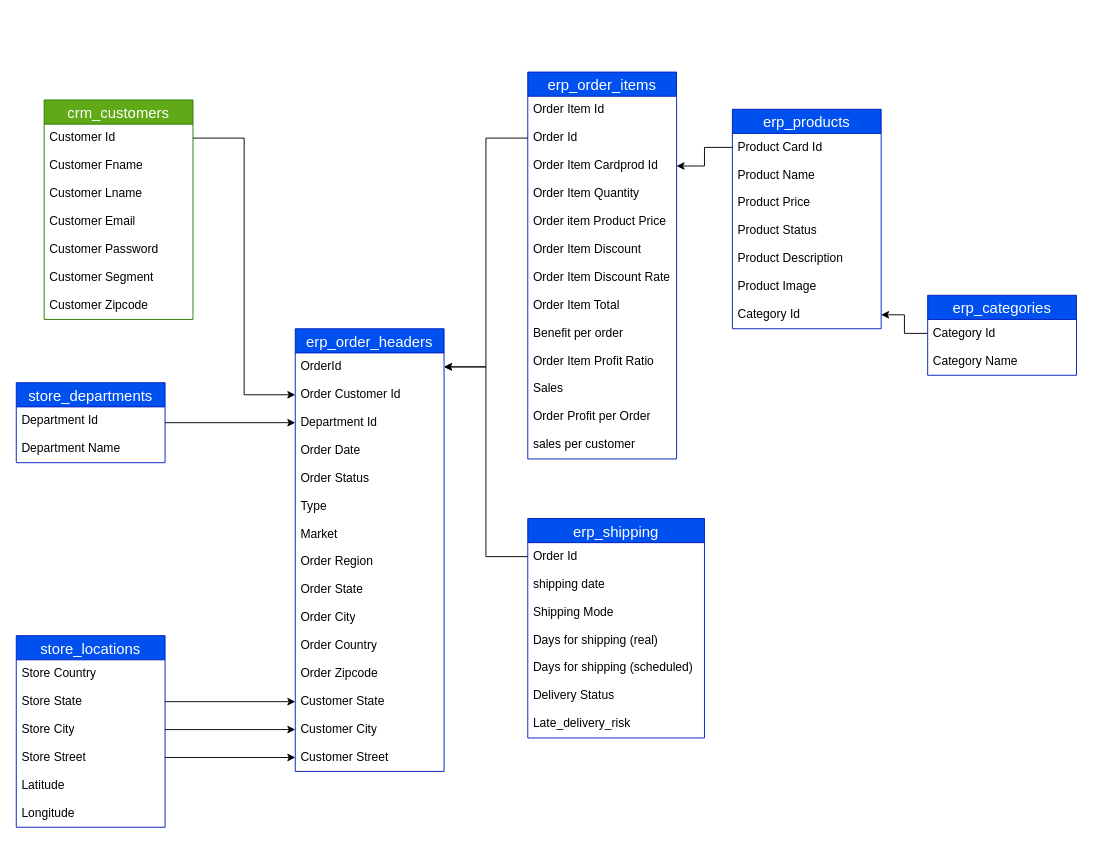
The draw.io diagram datasets/Sources Integration.drawio in MohammadGhanaym/Sales-Logistics-Analytics-DWH, before the edit. Source tidied: cells renumbered, new cells numbered last; positions are measured from the earlier drawing's top-left corner, leaving out a move shared by most shapes. Both pictures are drawn from the tidied source at 93%, with x=0, y=0 at pixel (16, 72).
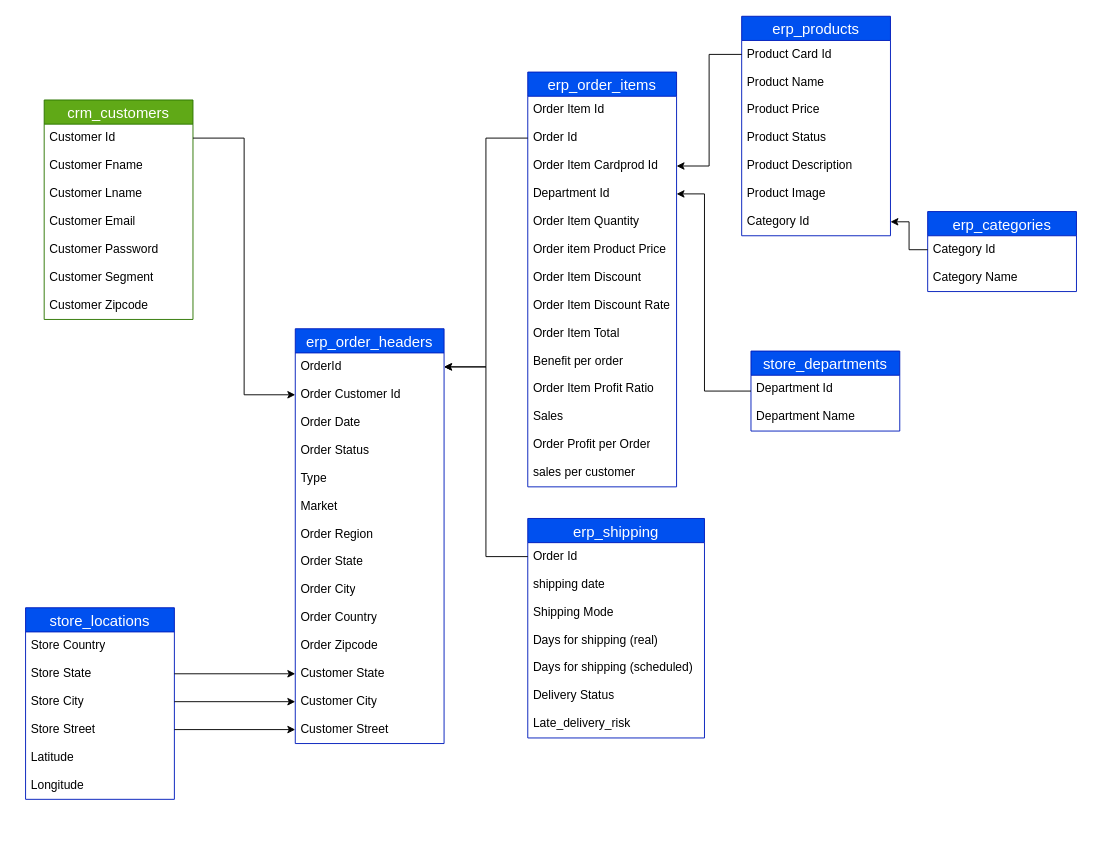
Above is the later version.

The edit, as a diff of the source:
```diff
@@
     <mxCell id="10" value="store_locations" style="swimlane;fontStyle=0;horizontal=1;startSize=26;align=center;fontSize=16;fillColor=#0050ef;fontColor=#ffffff;strokeColor=#001DBC;" parent="1" vertex="1">
-      <mxGeometry y="606" width="160" height="206" as="geometry" />
+      <mxGeometry x="10" y="576" width="160" height="206" as="geometry" />
     </mxCell>
@@
     <mxCell id="17" value="erp_products" style="swimlane;fontStyle=0;horizontal=1;startSize=26;align=center;fontSize=16;fillColor=#0050ef;fontColor=#ffffff;strokeColor=#001DBC;" parent="1" vertex="1">
-      <mxGeometry x="770" y="40" width="160" height="236" as="geometry" />
+      <mxGeometry x="780" y="-60" width="160" height="236" as="geometry" />
     </mxCell>
@@
     <mxCell id="25" value="erp_categories" style="swimlane;fontStyle=0;horizontal=1;startSize=26;align=center;fontSize=16;fillColor=#0050ef;fontColor=#ffffff;strokeColor=#001DBC;" parent="1" vertex="1">
-      <mxGeometry x="980" y="240" width="160" height="86" as="geometry" />
+      <mxGeometry x="980" y="150" width="160" height="86" as="geometry" />
     </mxCell>
@@
     <mxCell id="28" value="erp_order_headers" style="swimlane;fontStyle=0;horizontal=1;startSize=26;align=center;fontSize=16;fillColor=#0050ef;fontColor=#ffffff;strokeColor=#001DBC;" parent="1" vertex="1">
-      <mxGeometry x="300" y="276" width="160" height="476" as="geometry" />
+      <mxGeometry x="300" y="276" width="160" height="446" as="geometry" />
     </mxCell>
@@
-    <mxCell id="31" value="Department Id" style="text;strokeColor=none;fillColor=none;spacingLeft=4;spacingRight=4;overflow=hidden;points=[[0,0.5],[1,0.5]];portConstraint=eastwest;fontSize=13;whiteSpace=wrap;html=1;" parent="28" vertex="1">
-      <mxGeometry y="86" width="160" height="30" as="geometry" />
-    </mxCell>
     <mxCell id="32" value="Order Date" style="text;strokeColor=none;fillColor=none;spacingLeft=4;spacingRight=4;overflow=hidden;fontSize=13;whiteSpace=wrap;html=1;" parent="28" vertex="1">
-      <mxGeometry y="116" width="160" height="30" as="geometry" />
+      <mxGeometry y="86" width="160" height="30" as="geometry" />
     </mxCell>
     <mxCell id="33" value="Order Status" style="text;strokeColor=none;fillColor=none;spacingLeft=4;spacingRight=4;overflow=hidden;fontSize=13;whiteSpace=wrap;html=1;" parent="28" vertex="1">
-      <mxGeometry y="146" width="160" height="30" as="geometry" />
+      <mxGeometry y="116" width="160" height="30" as="geometry" />
     </mxCell>
     <mxCell id="34" value="Type" style="text;strokeColor=none;fillColor=none;spacingLeft=4;spacingRight=4;overflow=hidden;fontSize=13;whiteSpace=wrap;html=1;" parent="28" vertex="1">
-      <mxGeometry y="176" width="160" height="30" as="geometry" />
+      <mxGeometry y="146" width="160" height="30" as="geometry" />
     </mxCell>
     <mxCell id="35" value="Market" style="text;strokeColor=none;fillColor=none;spacingLeft=4;spacingRight=4;overflow=hidden;fontSize=13;whiteSpace=wrap;html=1;" parent="28" vertex="1">
-      <mxGeometry y="206" width="160" height="30" as="geometry" />
+      <mxGeometry y="176" width="160" height="30" as="geometry" />
     </mxCell>
     <mxCell id="36" value="Order Region" style="text;strokeColor=none;fillColor=none;spacingLeft=4;spacingRight=4;overflow=hidden;fontSize=13;whiteSpace=wrap;html=1;" parent="28" vertex="1">
-      <mxGeometry y="236" width="160" height="30" as="geometry" />
+      <mxGeometry y="206" width="160" height="30" as="geometry" />
     </mxCell>
     <mxCell id="37" value="Order State" style="text;strokeColor=none;fillColor=none;spacingLeft=4;spacingRight=4;overflow=hidden;fontSize=13;whiteSpace=wrap;html=1;" parent="28" vertex="1">
-      <mxGeometry y="266" width="160" height="30" as="geometry" />
+      <mxGeometry y="236" width="160" height="30" as="geometry" />
     </mxCell>
     <mxCell id="38" value="Order City" style="text;strokeColor=none;fillColor=none;spacingLeft=4;spacingRight=4;overflow=hidden;fontSize=13;whiteSpace=wrap;html=1;" parent="28" vertex="1">
-      <mxGeometry y="296" width="160" height="30" as="geometry" />
+      <mxGeometry y="266" width="160" height="30" as="geometry" />
     </mxCell>
     <mxCell id="39" value="Order Country" style="text;strokeColor=none;fillColor=none;spacingLeft=4;spacingRight=4;overflow=hidden;fontSize=13;whiteSpace=wrap;html=1;" parent="28" vertex="1">
-      <mxGeometry y="326" width="160" height="30" as="geometry" />
+      <mxGeometry y="296" width="160" height="30" as="geometry" />
     </mxCell>
     <mxCell id="40" value="Order Zipcode" style="text;strokeColor=none;fillColor=none;spacingLeft=4;spacingRight=4;overflow=hidden;fontSize=13;whiteSpace=wrap;html=1;" parent="28" vertex="1">
-      <mxGeometry y="356" width="160" height="30" as="geometry" />
+      <mxGeometry y="326" width="160" height="30" as="geometry" />
     </mxCell>
     <mxCell id="41" value="Customer State" style="text;strokeColor=none;fillColor=none;spacingLeft=4;spacingRight=4;overflow=hidden;points=[[0,0.5],[1,0.5]];portConstraint=eastwest;fontSize=13;whiteSpace=wrap;html=1;" parent="28" vertex="1">
-      <mxGeometry y="386" width="160" height="30" as="geometry" />
+      <mxGeometry y="356" width="160" height="30" as="geometry" />
     </mxCell>
     <mxCell id="42" value="Customer City" style="text;strokeColor=none;fillColor=none;spacingLeft=4;spacingRight=4;overflow=hidden;points=[[0,0.5],[1,0.5]];portConstraint=eastwest;fontSize=13;whiteSpace=wrap;html=1;" parent="28" vertex="1">
-      <mxGeometry y="416" width="160" height="30" as="geometry" />
+      <mxGeometry y="386" width="160" height="30" as="geometry" />
     </mxCell>
     <mxCell id="43" value="Customer Street" style="text;strokeColor=none;fillColor=none;spacingLeft=4;spacingRight=4;overflow=hidden;points=[[0,0.5],[1,0.5]];portConstraint=eastwest;fontSize=13;whiteSpace=wrap;html=1;" parent="28" vertex="1">
-      <mxGeometry y="446" width="160" height="30" as="geometry" />
+      <mxGeometry y="416" width="160" height="30" as="geometry" />
     </mxCell>
     <mxCell id="44" value="erp_order_items" style="swimlane;fontStyle=0;horizontal=1;startSize=26;align=center;fontSize=16;fillColor=#0050ef;fontColor=#ffffff;strokeColor=#001DBC;" parent="1" vertex="1">
-      <mxGeometry x="550" width="160" height="416" as="geometry" />
+      <mxGeometry x="550" width="160" height="446" as="geometry" />
     </mxCell>
@@
+    <mxCell id="31" value="Department Id" style="text;strokeColor=none;fillColor=none;spacingLeft=4;spacingRight=4;overflow=hidden;points=[[0,0.5],[1,0.5]];portConstraint=eastwest;fontSize=13;whiteSpace=wrap;html=1;" parent="44" vertex="1">
+      <mxGeometry y="116" width="160" height="30" as="geometry" />
+    </mxCell>
     <mxCell id="48" value="Order Item Quantity" style="text;strokeColor=none;fillColor=none;spacingLeft=4;spacingRight=4;overflow=hidden;fontSize=13;whiteSpace=wrap;html=1;" parent="44" vertex="1">
-      <mxGeometry y="116" width="160" height="30" as="geometry" />
+      <mxGeometry y="146" width="160" height="30" as="geometry" />
     </mxCell>
     <mxCell id="49" value="Order item Product Price" style="text;strokeColor=none;fillColor=none;spacingLeft=4;spacingRight=4;overflow=hidden;fontSize=13;whiteSpace=wrap;html=1;" parent="44" vertex="1">
-      <mxGeometry y="146" width="160" height="30" as="geometry" />
+      <mxGeometry y="176" width="160" height="30" as="geometry" />
     </mxCell>
     <mxCell id="50" value="Order Item Discount" style="text;strokeColor=none;fillColor=none;spacingLeft=4;spacingRight=4;overflow=hidden;fontSize=13;whiteSpace=wrap;html=1;" parent="44" vertex="1">
-      <mxGeometry y="176" width="160" height="30" as="geometry" />
+      <mxGeometry y="206" width="160" height="30" as="geometry" />
     </mxCell>
     <mxCell id="51" value="Order Item Discount Rate" style="text;strokeColor=none;fillColor=none;spacingLeft=4;spacingRight=4;overflow=hidden;fontSize=13;whiteSpace=wrap;html=1;" parent="44" vertex="1">
-      <mxGeometry y="206" width="160" height="30" as="geometry" />
+      <mxGeometry y="236" width="160" height="30" as="geometry" />
     </mxCell>
     <mxCell id="52" value="Order Item Total" style="text;strokeColor=none;fillColor=none;spacingLeft=4;spacingRight=4;overflow=hidden;fontSize=13;whiteSpace=wrap;html=1;" parent="44" vertex="1">
-      <mxGeometry y="236" width="160" height="30" as="geometry" />
+      <mxGeometry y="266" width="160" height="30" as="geometry" />
     </mxCell>
     <mxCell id="53" value="Benefit per order" style="text;strokeColor=none;fillColor=none;spacingLeft=4;spacingRight=4;overflow=hidden;fontSize=13;whiteSpace=wrap;html=1;" parent="44" vertex="1">
-      <mxGeometry y="266" width="160" height="30" as="geometry" />
+      <mxGeometry y="296" width="160" height="30" as="geometry" />
     </mxCell>
     <mxCell id="54" value="Order Item Profit Ratio" style="text;strokeColor=none;fillColor=none;spacingLeft=4;spacingRight=4;overflow=hidden;fontSize=13;whiteSpace=wrap;html=1;" parent="44" vertex="1">
-      <mxGeometry y="296" width="160" height="30" as="geometry" />
+      <mxGeometry y="326" width="160" height="30" as="geometry" />
     </mxCell>
     <mxCell id="55" value="Sales" style="text;strokeColor=none;fillColor=none;spacingLeft=4;spacingRight=4;overflow=hidden;fontSize=13;whiteSpace=wrap;html=1;" parent="44" vertex="1">
-      <mxGeometry y="326" width="160" height="30" as="geometry" />
+      <mxGeometry y="356" width="160" height="30" as="geometry" />
     </mxCell>
     <mxCell id="56" value="Order Profit per Order" style="text;strokeColor=none;fillColor=none;spacingLeft=4;spacingRight=4;overflow=hidden;fontSize=13;whiteSpace=wrap;html=1;" parent="44" vertex="1">
-      <mxGeometry y="356" width="160" height="30" as="geometry" />
+      <mxGeometry y="386" width="160" height="30" as="geometry" />
     </mxCell>
     <mxCell id="57" value="sales per customer" style="text;strokeColor=none;fillColor=none;spacingLeft=4;spacingRight=4;overflow=hidden;fontSize=13;whiteSpace=wrap;html=1;" parent="44" vertex="1">
-      <mxGeometry y="386" width="160" height="30" as="geometry" />
+      <mxGeometry y="416" width="160" height="30" as="geometry" />
     </mxCell>
@@
     <mxCell id="71" value="store_departments" style="swimlane;fontStyle=0;horizontal=1;startSize=26;align=center;fontSize=16;fillColor=#0050ef;fontColor=#ffffff;strokeColor=#001DBC;" parent="1" vertex="1">
-      <mxGeometry y="334" width="160" height="86" as="geometry" />
+      <mxGeometry x="790" y="300" width="160" height="86" as="geometry" />
     </mxCell>
@@
-    <mxCell id="74" style="edgeStyle=orthogonalEdgeStyle;rounded=0;jettySize=auto;html=1;entryX=0;entryY=0.5;entryDx=0;entryDy=0;" parent="1" edge="1" source="71" target="31">
-      <mxGeometry relative="1" as="geometry" />
+    <mxCell id="74" style="edgeStyle=orthogonalEdgeStyle;rounded=0;jettySize=auto;html=1;entryX=1;entryY=0.5;entryDx=0;entryDy=0;" parent="1" edge="1" source="71" target="31">
+      <mxGeometry relative="1" as="geometry">
+        <Array as="points">
+          <mxPoint x="740" y="343" />
+          <mxPoint x="740" y="131" />
+        </Array>
+      </mxGeometry>
     </mxCell>
```
